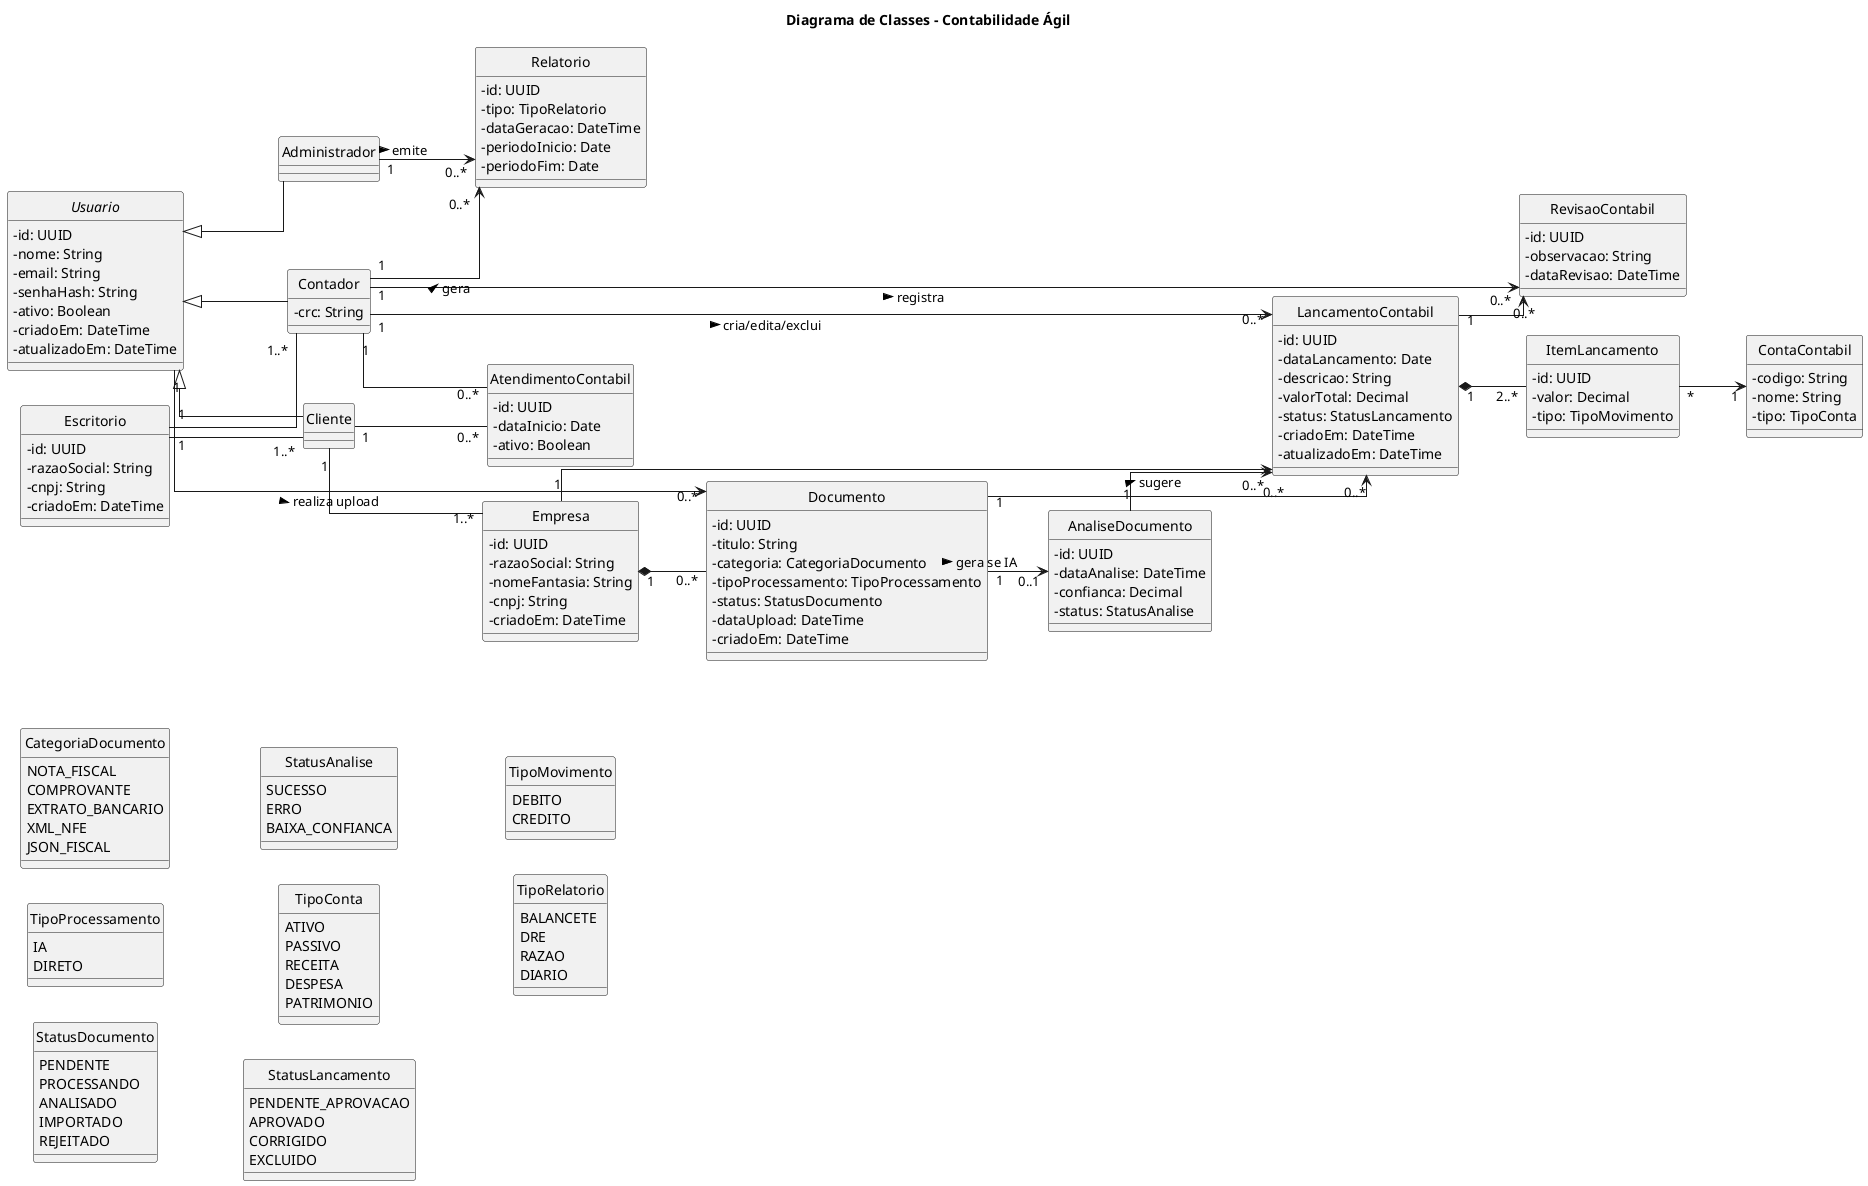
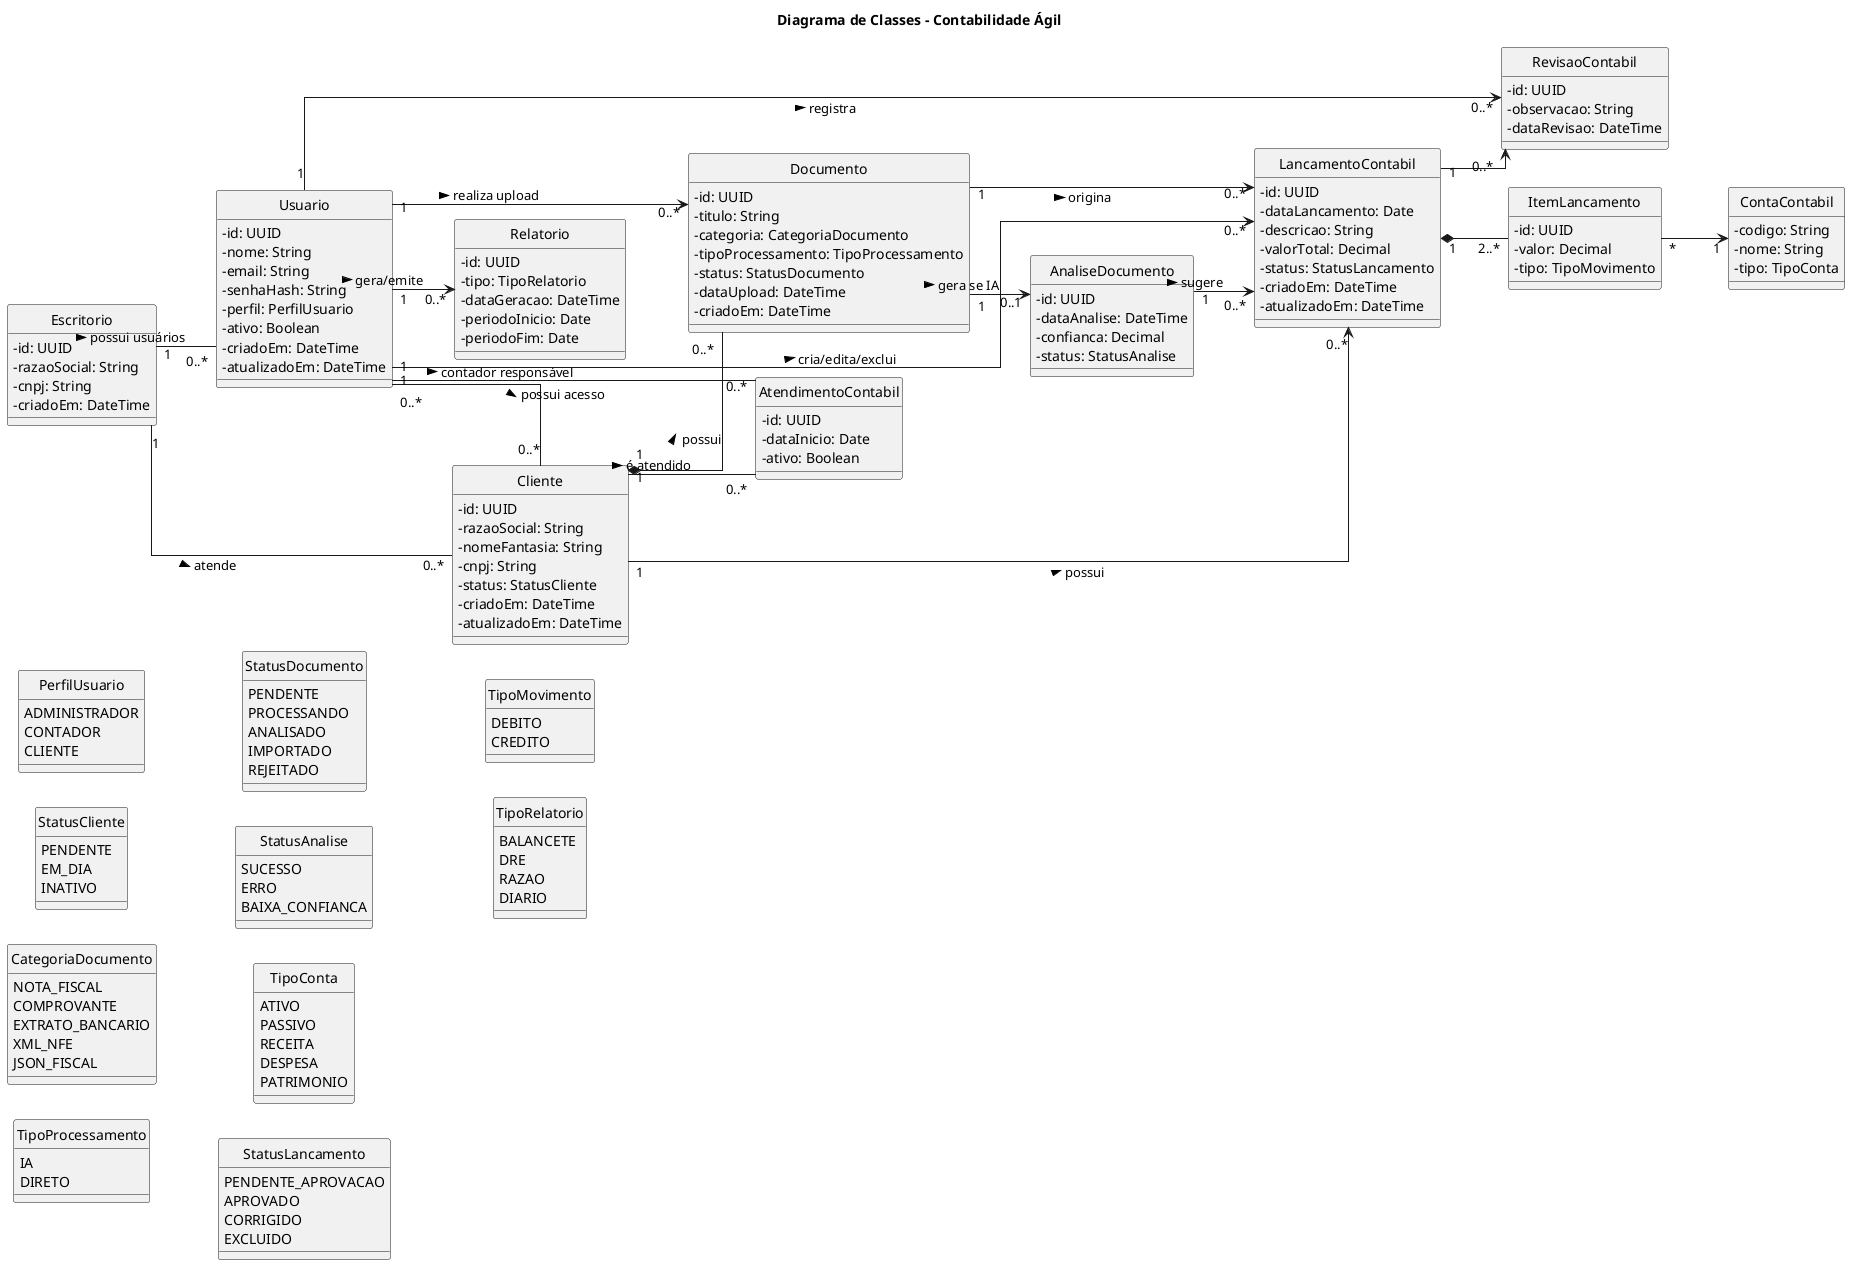
@startuml
title Diagrama de Classes - Contabilidade Ágil

left to right direction

skinparam classAttributeIconSize 0
skinparam style strictuml
skinparam linetype ortho

' =====================================================
- ' USUÁRIOS
- ' =====================================================
- 
- abstract class Usuario {
+ ' USUÁRIOS DO SISTEMA
+ ' =====================================================
+ 
+ class Usuario {
  - id: UUID
  - nome: String
  - email: String
  - senhaHash: String
+   - perfil: PerfilUsuario
  - ativo: Boolean
  - criadoEm: DateTime
  - atualizadoEm: DateTime
}

- class Administrador
- 
- class Contador {
-   - crc: String
- }
- 
- class Cliente
- 
- Usuario <|-- Administrador
- Usuario <|-- Contador
- Usuario <|-- Cliente
- 
- ' =====================================================
- ' ESCRITÓRIO
+ enum PerfilUsuario {
+   ADMINISTRADOR
+   CONTADOR
+   CLIENTE
+ }
+ 
+ ' =====================================================
+ ' ESCRITÓRIO CONTÁBIL
' =====================================================

class Escritorio {
  - id: UUID
  - razaoSocial: String
  - cnpj: String
  - criadoEm: DateTime
}

- Escritorio "1" -- "1..*" Contador
- Escritorio "1" -- "1..*" Cliente
- 
- ' =====================================================
- ' RELACIONAMENTO CONTADOR x CLIENTE
- ' =====================================================
- 
- class AtendimentoContabil {
-   - id: UUID
-   - dataInicio: Date
-   - ativo: Boolean
- }
- 
- Contador "1" -- "0..*" AtendimentoContabil
- Cliente "1" -- "0..*" AtendimentoContabil
- 
- ' =====================================================
- ' EMPRESAS
- ' =====================================================
- 
- class Empresa {
+ Escritorio "1" -- "0..*" Usuario : possui usuários >
+ 
+ ' =====================================================
+ ' CLIENTES / EMPRESAS ATENDIDAS
+ ' =====================================================
+ 
+ class Cliente {
  - id: UUID
  - razaoSocial: String
  - nomeFantasia: String
  - cnpj: String
-   - criadoEm: DateTime
- }
- 
- Cliente "1" -- "1..*" Empresa
+   - status: StatusCliente
+   - criadoEm: DateTime
+   - atualizadoEm: DateTime
+ }
+ 
+ enum StatusCliente {
+   PENDENTE
+   EM_DIA
+   INATIVO
+ }
+ 
+ Escritorio "1" -- "0..*" Cliente : atende >
+ 
+ Usuario "0..*" -- "0..*" Cliente : possui acesso >
+ 
+ ' =====================================================
+ ' RELACIONAMENTO CONTADOR x CLIENTE
+ ' =====================================================
+ 
+ class AtendimentoContabil {
+   - id: UUID
+   - dataInicio: Date
+   - ativo: Boolean
+ }
+ 
+ Usuario "1" -- "0..*" AtendimentoContabil : contador responsável >
+ Cliente "1" -- "0..*" AtendimentoContabil : é atendido >

' =====================================================
' DOCUMENTOS
' =====================================================

class Documento {
  - id: UUID
  - titulo: String
  - categoria: CategoriaDocumento
  - tipoProcessamento: TipoProcessamento
  - status: StatusDocumento
  - dataUpload: DateTime
  - criadoEm: DateTime
}

enum CategoriaDocumento {
  NOTA_FISCAL
  COMPROVANTE
  EXTRATO_BANCARIO
  XML_NFE
  JSON_FISCAL
}

enum TipoProcessamento {
  IA
  DIRETO
}

enum StatusDocumento {
  PENDENTE
  PROCESSANDO
  ANALISADO
  IMPORTADO
  REJEITADO
}

- Empresa "1" *-- "0..*" Documento
- 
+ Cliente "1" *-- "0..*" Documento : possui >
Usuario "1" --> "0..*" Documento : realiza upload >

' =====================================================
' IA / ANÁLISE
' =====================================================

class AnaliseDocumento {
  - id: UUID
  - dataAnalise: DateTime
  - confianca: Decimal
  - status: StatusAnalise
}

enum StatusAnalise {
  SUCESSO
  ERRO
  BAIXA_CONFIANCA
}

Documento "1" --> "0..1" AnaliseDocumento : gera se IA >

' =====================================================
' PLANO DE CONTAS
' =====================================================

class ContaContabil {
  - codigo: String
  - nome: String
  - tipo: TipoConta
}

enum TipoConta {
  ATIVO
  PASSIVO
  RECEITA
  DESPESA
  PATRIMONIO
}

' =====================================================
' LANÇAMENTOS CONTÁBEIS
' =====================================================

class LancamentoContabil {
  - id: UUID
  - dataLancamento: Date
  - descricao: String
  - valorTotal: Decimal
  - status: StatusLancamento
  - criadoEm: DateTime
  - atualizadoEm: DateTime
}

enum StatusLancamento {
  PENDENTE_APROVACAO
  APROVADO
  CORRIGIDO
  EXCLUIDO
}

class ItemLancamento {
  - id: UUID
  - valor: Decimal
  - tipo: TipoMovimento
}

enum TipoMovimento {
  DEBITO
  CREDITO
}

AnaliseDocumento "1" --> "0..*" LancamentoContabil : sugere >
- 
- Empresa "1" --> "0..*" LancamentoContabil
- 
- Documento "1" --> "0..*" LancamentoContabil
+ Cliente "1" --> "0..*" LancamentoContabil : possui >
+ Documento "1" --> "0..*" LancamentoContabil : origina >

LancamentoContabil "1" *-- "2..*" ItemLancamento
- 
ItemLancamento "*" --> "1" ContaContabil

- Contador "1" --> "0..*" LancamentoContabil : cria/edita/exclui >
+ Usuario "1" --> "0..*" LancamentoContabil : cria/edita/exclui >

' =====================================================
' REVISÃO CONTÁBIL
' =====================================================

class RevisaoContabil {
  - id: UUID
  - observacao: String
  - dataRevisao: DateTime
}

LancamentoContabil "1" --> "0..*" RevisaoContabil
- 
- Contador "1" --> "0..*" RevisaoContabil : registra >
+ Usuario "1" --> "0..*" RevisaoContabil : registra >

' =====================================================
' RELATÓRIOS
' =====================================================

class Relatorio {
  - id: UUID
  - tipo: TipoRelatorio
  - dataGeracao: DateTime
  - periodoInicio: Date
  - periodoFim: Date
}

enum TipoRelatorio {
  BALANCETE
  DRE
  RAZAO
  DIARIO
}

- Contador "1" --> "0..*" Relatorio : gera >
- 
- Administrador "1" --> "0..*" Relatorio : emite >
+ Usuario "1" --> "0..*" Relatorio : gera/emite >

@enduml
